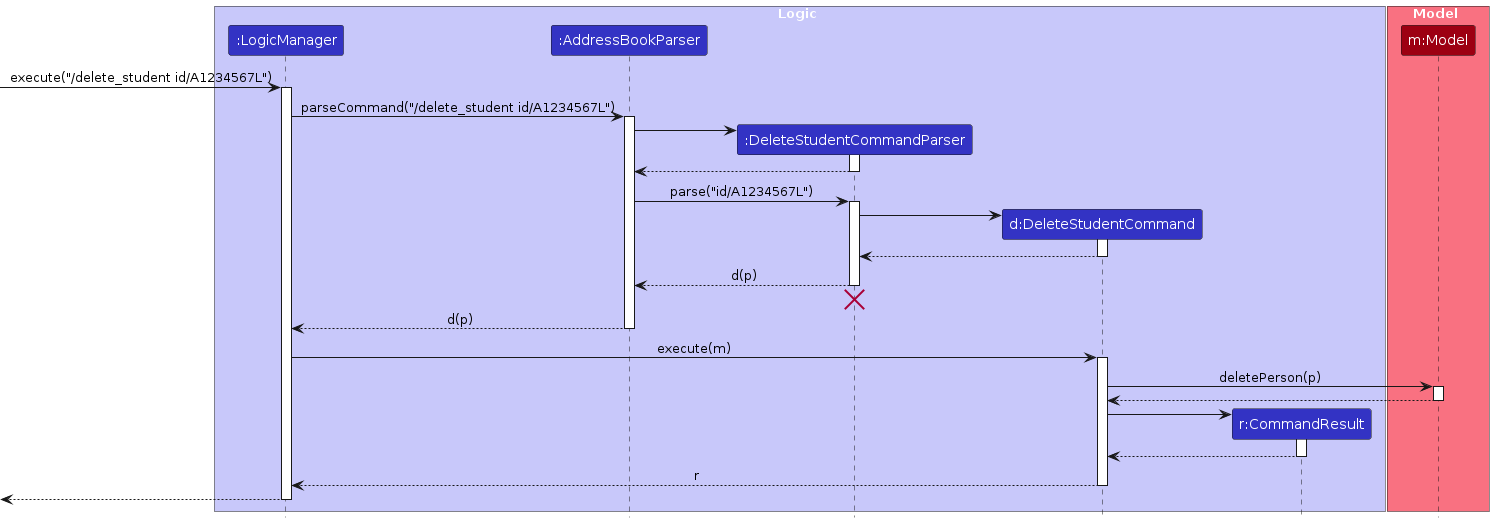
Above: diagrams/DeleteStudentSequence.png in AY2324S2-CS2103T-T09-4/tp (PlantUML), before the change. Its source is kept beside it as diagrams/DeleteStudentSequence.puml. Its diagram source:
```plantuml
@startuml
!include style.puml
skinparam ArrowFontStyle plain
!define input "/delete_student id/A1234567L"


box Logic LOGIC_COLOR_T1
participant ":LogicManager" as LogicManager LOGIC_COLOR
participant ":AddressBookParser" as AddressBookParser LOGIC_COLOR
participant ":DeleteStudentCommandParser" as DeleteStudentCommandParser LOGIC_COLOR
participant "d:DeleteStudentCommand" as DeleteStudentCommand LOGIC_COLOR
participant "r:CommandResult" as CommandResult LOGIC_COLOR
end box

box Model MODEL_COLOR_T1
participant "m:Model" as Model MODEL_COLOR
end box

[-> LogicManager : execute(input)
activate LogicManager

LogicManager -> AddressBookParser : parseCommand(input)
activate AddressBookParser

create DeleteStudentCommandParser
AddressBookParser -> DeleteStudentCommandParser
activate DeleteStudentCommandParser

DeleteStudentCommandParser --> AddressBookParser
deactivate DeleteStudentCommandParser

AddressBookParser -> DeleteStudentCommandParser : parse("id/A1234567L")
activate DeleteStudentCommandParser

create DeleteStudentCommand
DeleteStudentCommandParser -> DeleteStudentCommand
activate DeleteStudentCommand

DeleteStudentCommand --> DeleteStudentCommandParser :
deactivate DeleteStudentCommand

DeleteStudentCommandParser --> AddressBookParser : d(p)
deactivate DeleteStudentCommandParser
DeleteStudentCommandParser -[hidden]-> AddressBookParser
destroy DeleteStudentCommandParser

AddressBookParser --> LogicManager : d(p)
deactivate AddressBookParser

LogicManager -> DeleteStudentCommand : execute(m)
activate DeleteStudentCommand

DeleteStudentCommand -> Model : deletePerson(p)
activate Model

Model --> DeleteStudentCommand
deactivate Model

create CommandResult
DeleteStudentCommand -> CommandResult
activate CommandResult

CommandResult --> DeleteStudentCommand
deactivate CommandResult

DeleteStudentCommand --> LogicManager : r
deactivate DeleteStudentCommand

[<--LogicManager
deactivate LogicManager
@enduml
```
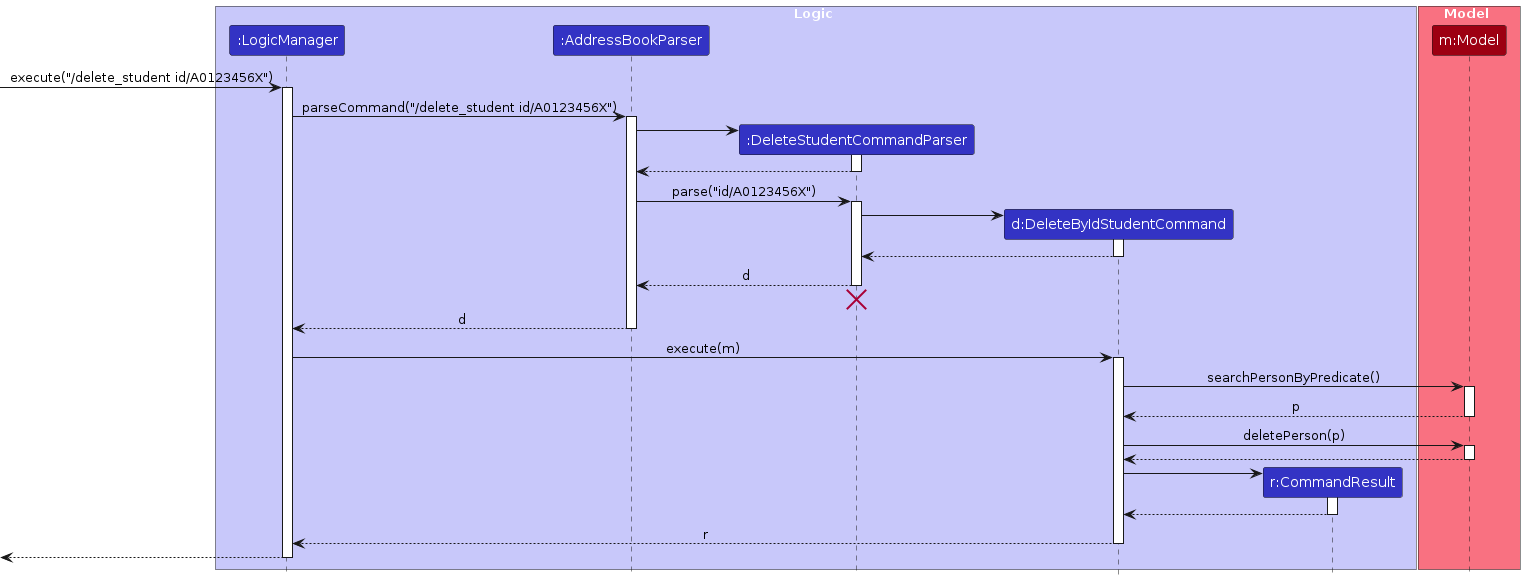
After the commit.

Change to the diagram source:
```diff
@@ -1,14 +1,14 @@
 @startuml
 !include style.puml
 skinparam ArrowFontStyle plain
-!define input "/delete_student id/A1234567L"
+!define input "/delete_student id/A0123456X"
 
 
 box Logic LOGIC_COLOR_T1
 participant ":LogicManager" as LogicManager LOGIC_COLOR
 participant ":AddressBookParser" as AddressBookParser LOGIC_COLOR
 participant ":DeleteStudentCommandParser" as DeleteStudentCommandParser LOGIC_COLOR
-participant "d:DeleteStudentCommand" as DeleteStudentCommand LOGIC_COLOR
+participant "d:DeleteByIdStudentCommand" as DeleteStudentByIdCommand LOGIC_COLOR
 participant "r:CommandResult" as CommandResult LOGIC_COLOR
 end box
 
@@ -29,42 +29,48 @@
 DeleteStudentCommandParser --> AddressBookParser
 deactivate DeleteStudentCommandParser
 
-AddressBookParser -> DeleteStudentCommandParser : parse("id/A1234567L")
+AddressBookParser -> DeleteStudentCommandParser : parse("id/A0123456X")
 activate DeleteStudentCommandParser
 
-create DeleteStudentCommand
-DeleteStudentCommandParser -> DeleteStudentCommand
-activate DeleteStudentCommand
+create DeleteStudentByIdCommand
+DeleteStudentCommandParser -> DeleteStudentByIdCommand
+activate DeleteStudentByIdCommand
 
-DeleteStudentCommand --> DeleteStudentCommandParser :
-deactivate DeleteStudentCommand
+DeleteStudentByIdCommand --> DeleteStudentCommandParser :
+deactivate DeleteStudentByIdCommand
 
-DeleteStudentCommandParser --> AddressBookParser : d(p)
+DeleteStudentCommandParser --> AddressBookParser : d
 deactivate DeleteStudentCommandParser
 DeleteStudentCommandParser -[hidden]-> AddressBookParser
 destroy DeleteStudentCommandParser
 
-AddressBookParser --> LogicManager : d(p)
+AddressBookParser --> LogicManager : d
 deactivate AddressBookParser
 
-LogicManager -> DeleteStudentCommand : execute(m)
-activate DeleteStudentCommand
+LogicManager -> DeleteStudentByIdCommand : execute(m)
+activate DeleteStudentByIdCommand
 
-DeleteStudentCommand -> Model : deletePerson(p)
+DeleteStudentByIdCommand -> Model : searchPersonByPredicate()
 activate Model
 
-Model --> DeleteStudentCommand
+Model --> DeleteStudentByIdCommand : p
+deactivate Model
+
+DeleteStudentByIdCommand -> Model : deletePerson(p)
+activate Model
+
+Model --> DeleteStudentByIdCommand
 deactivate Model
 
 create CommandResult
-DeleteStudentCommand -> CommandResult
+DeleteStudentByIdCommand -> CommandResult
 activate CommandResult
 
-CommandResult --> DeleteStudentCommand
+CommandResult --> DeleteStudentByIdCommand
 deactivate CommandResult
 
-DeleteStudentCommand --> LogicManager : r
-deactivate DeleteStudentCommand
+DeleteStudentByIdCommand --> LogicManager : r
+deactivate DeleteStudentByIdCommand
 
 [<--LogicManager
 deactivate LogicManager
```
